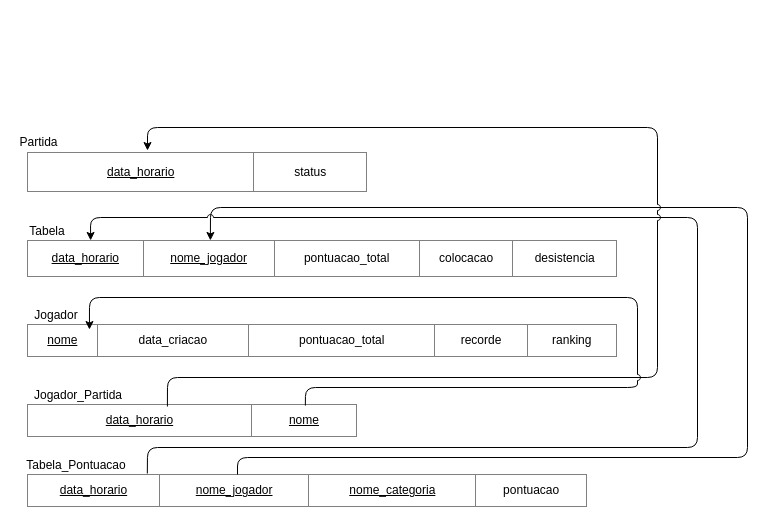
Earlier version of the draw.io diagram diagramas/diagrama_esquema_banco_de_dados.drawio (daanielmenezes/Yahtzee). Source tidied: cells renumbered, new cells numbered last; positions are measured from the earlier drawing's top-left corner, leaving out a move shared by most shapes. Both pictures are drawn from the tidied source at 100%, with x=0, y=0 at pixel (17, 127).
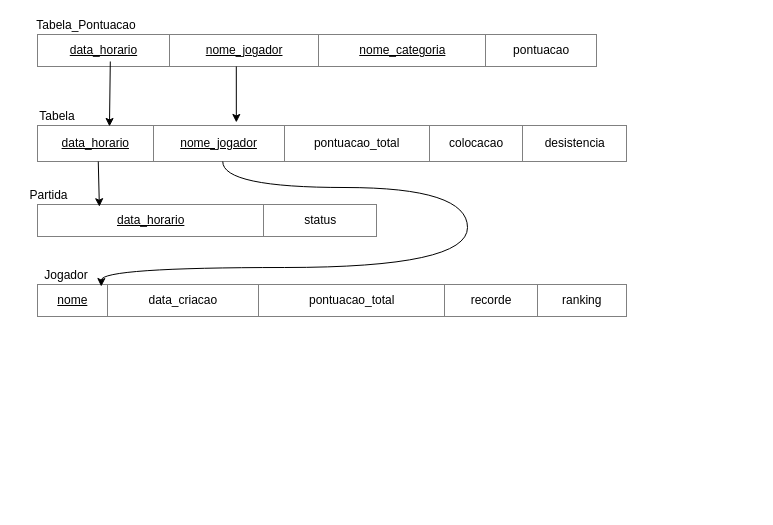
Above is the later version.

Commit message (it also covers changes not shown here):
removida relação jogador_partida

Unchanged cells that the change refers to:
```xml
<mxCell id="11" value="&lt;table border=&quot;1&quot; width=&quot;100%&quot; style=&quot;width: 100% ; height: 100% ; border-collapse: collapse&quot;&gt;&lt;tbody&gt;&lt;tr&gt;&lt;td align=&quot;center&quot;&gt;&lt;u&gt;data_horario&lt;/u&gt;&lt;/td&gt;&lt;td align=&quot;center&quot;&gt;&lt;u&gt;nome_jogador&lt;/u&gt;&lt;br&gt;&lt;/td&gt;&lt;td style=&quot;text-align: center&quot;&gt;pontuacao_total&lt;/td&gt;&lt;td style=&quot;text-align: center&quot;&gt;colocacao&lt;/td&gt;&lt;td style=&quot;text-align: center&quot;&gt;desistencia&lt;/td&gt;&lt;/tr&gt;&lt;/tbody&gt;&lt;/table&gt;" style="text;html=1;strokeColor=none;fillColor=none;overflow=fill;rounded=0;shadow=0;glass=0;comic=0;" parent="10" vertex="1">
  <mxGeometry y="18.3" width="590" height="36.7" as="geometry" />
</mxCell>
<mxCell id="14" value="&lt;table border=&quot;1&quot; width=&quot;100%&quot; style=&quot;width: 100% ; height: 100% ; border-collapse: collapse&quot; align=&quot;center&quot;&gt;&lt;tbody&gt;&lt;tr&gt;&lt;td align=&quot;center&quot;&gt;&lt;u&gt;nome&lt;/u&gt;&lt;/td&gt;&lt;td align=&quot;center&quot;&gt;data_criacao&lt;/td&gt;&lt;td align=&quot;center&quot;&gt;pontuacao_total&lt;/td&gt;&lt;td style=&quot;text-align: center&quot;&gt;recorde&lt;/td&gt;&lt;td style=&quot;text-align: center&quot;&gt;ranking&lt;/td&gt;&lt;/tr&gt;&lt;/tbody&gt;&lt;/table&gt;" style="text;html=1;strokeColor=none;fillColor=none;overflow=fill;rounded=0;shadow=0;glass=0;comic=0;" parent="13" vertex="1">
  <mxGeometry y="16.7" width="590" height="33.3" as="geometry" />
</mxCell>
<mxCell id="17" value="&lt;table border=&quot;1&quot; width=&quot;100%&quot; style=&quot;width: 100% ; height: 100% ; border-collapse: collapse&quot;&gt;&lt;tbody&gt;&lt;tr&gt;&lt;td style=&quot;text-align: center&quot;&gt;&lt;u&gt;data_horario&lt;/u&gt;&lt;/td&gt;&lt;td style=&quot;text-align: center&quot;&gt;&lt;u&gt;nome_jogador&lt;/u&gt;&lt;/td&gt;&lt;td align=&quot;center&quot;&gt;&lt;u&gt;nome_categoria&lt;/u&gt;&lt;/td&gt;&lt;td align=&quot;center&quot;&gt;pontuacao&lt;/td&gt;&lt;/tr&gt;&lt;/tbody&gt;&lt;/table&gt;" style="text;html=1;strokeColor=none;fillColor=none;overflow=fill;rounded=0;shadow=0;glass=0;comic=0;" parent="16" vertex="1">
  <mxGeometry y="16.7" width="560" height="33.3" as="geometry" />
</mxCell>
```

Change to the diagram source:
```diff
@@
     <mxCell id="2" style="group;" parent="1" vertex="1">
-      <mxGeometry x="10" y="5" width="340" height="60" as="geometry" />
+      <mxGeometry x="20" y="60" width="340" height="50" as="geometry" />
     </mxCell>
     <mxCell id="3" style="group;" parent="2" vertex="1">
-      <mxGeometry width="340" height="60" as="geometry" />
+      <mxGeometry width="340" height="50" as="geometry" />
     </mxCell>
     <mxCell id="4" value="&lt;table border=&quot;1&quot; width=&quot;100%&quot; style=&quot;width: 100% ; height: 100% ; border-collapse: collapse&quot;&gt;&lt;tbody&gt;&lt;tr&gt;&lt;td align=&quot;center&quot;&gt;&lt;span style=&quot;line-height: 120%&quot;&gt;&lt;u&gt;data_horario&lt;/u&gt;&lt;/span&gt;&lt;/td&gt;&lt;td align=&quot;center&quot;&gt;status&lt;br&gt;&lt;/td&gt;&lt;/tr&gt;&lt;/tbody&gt;&lt;/table&gt;" style="text;html=1;strokeColor=none;fillColor=none;overflow=fill;rounded=0;shadow=0;glass=0;comic=0;" parent="3" vertex="1">
-      <mxGeometry y="20" width="340" height="40" as="geometry" />
+      <mxGeometry y="16.7" width="340" height="33.3" as="geometry" />
     </mxCell>
     <mxCell id="5" value="Partida" style="text;html=1;strokeColor=none;fillColor=none;align=center;verticalAlign=middle;whiteSpace=wrap;rounded=0;" parent="3" vertex="1">
-      <mxGeometry width="23.1" height="20" as="geometry" />
+      <mxGeometry width="23.1" height="16.7" as="geometry" />
     </mxCell>
-    <mxCell id="6" style="group;" parent="1" vertex="1">
-      <mxGeometry x="10" y="260" width="330" height="50" as="geometry" />
-    </mxCell>
-    <mxCell id="7" style="group;" parent="6" vertex="1">
-      <mxGeometry width="330" height="50" as="geometry" />
-    </mxCell>
-    <mxCell id="8" value="&lt;table border=&quot;1&quot; width=&quot;100%&quot; style=&quot;width: 100% ; height: 100% ; border-collapse: collapse&quot;&gt;&lt;tbody&gt;&lt;tr&gt;&lt;td align=&quot;center&quot;&gt;&lt;span style=&quot;line-height: 120%&quot;&gt;&lt;u&gt;data_horario&lt;/u&gt;&lt;/span&gt;&lt;/td&gt;&lt;td align=&quot;center&quot;&gt;&lt;u&gt;nome&lt;/u&gt;&lt;br&gt;&lt;/td&gt;&lt;/tr&gt;&lt;/tbody&gt;&lt;/table&gt;" style="text;html=1;strokeColor=none;fillColor=none;overflow=fill;rounded=0;shadow=0;glass=0;comic=0;" parent="7" vertex="1">
-      <mxGeometry y="16.7" width="330" height="33.3" as="geometry" />
-    </mxCell>
-    <mxCell id="9" value="Jogador_Partida" style="text;html=1;strokeColor=none;fillColor=none;align=center;verticalAlign=middle;whiteSpace=wrap;rounded=0;" parent="7" vertex="1">
-      <mxGeometry x="40" width="22.4" height="16.7" as="geometry" />
-    </mxCell>
     <mxCell id="10" style="group;" parent="1" vertex="1">
-      <mxGeometry x="10" y="95" width="590" height="55" as="geometry" />
+      <mxGeometry x="20" y="-20" width="590" height="55" as="geometry" />
     </mxCell>
@@
     <mxCell id="13" style="group;" parent="1" vertex="1">
-      <mxGeometry x="10" y="180" width="590" height="50" as="geometry" />
+      <mxGeometry x="20" y="140" width="590" height="50" as="geometry" />
     </mxCell>
@@
     <mxCell id="16" style="group;" parent="1" vertex="1">
-      <mxGeometry x="10" y="330" width="560" height="50" as="geometry" />
+      <mxGeometry x="20" y="-110" width="560" height="50" as="geometry" />
     </mxCell>
@@
-    <mxCell id="19" style="endArrow=classic;html=1;exitX=0.375;exitY=0.01;exitDx=0;exitDy=0;exitPerimeter=0;entryX=0.31;entryY=-0.009;entryDx=0;entryDy=0;entryPerimeter=0;jumpStyle=arc;" parent="1" edge="1" source="17" target="11">
-      <mxGeometry relative="1" as="geometry">
-        <Array as="points">
-          <mxPoint x="220" y="330" />
-          <mxPoint x="730" y="330" />
-          <mxPoint x="730" y="80" />
-          <mxPoint x="193" y="80" />
-        </Array>
-      </mxGeometry>
-    </mxCell>
-    <mxCell id="20" style="endArrow=classic;html=1;entryX=0.107;entryY=-0.009;entryDx=0;entryDy=0;entryPerimeter=0;jumpStyle=arc;exitX=0.214;exitY=-0.02;exitDx=0;exitDy=0;exitPerimeter=0;" parent="1" edge="1" source="17" target="11">
-      <mxGeometry relative="1" as="geometry">
-        <Array as="points">
-          <mxPoint x="130" y="320" />
-          <mxPoint x="680" y="320" />
-          <mxPoint x="680" y="90" />
-          <mxPoint x="73" y="90" />
-        </Array>
-      </mxGeometry>
-    </mxCell>
-    <mxCell id="21" style="endArrow=classic;html=1;exitX=0.424;exitY=0.07;exitDx=0;exitDy=0;exitPerimeter=0;entryX=0.353;entryY=-0.05;entryDx=0;entryDy=0;entryPerimeter=0;jumpStyle=arc;" parent="1" edge="1" source="8" target="4">
-      <mxGeometry relative="1" as="geometry">
-        <Array as="points">
-          <mxPoint x="150" y="250" />
-          <mxPoint x="640" y="250" />
-          <mxPoint x="640" />
-          <mxPoint x="130" />
-        </Array>
-      </mxGeometry>
-    </mxCell>
-    <mxCell id="22" style="endArrow=classic;html=1;exitX=0.842;exitY=0.04;exitDx=0;exitDy=0;exitPerimeter=0;entryX=0.105;entryY=0.16;entryDx=0;entryDy=0;entryPerimeter=0;jumpStyle=arc;" parent="1" edge="1" source="8" target="14">
-      <mxGeometry relative="1" as="geometry">
-        <Array as="points">
-          <mxPoint x="288" y="260" />
-          <mxPoint x="620" y="260" />
-          <mxPoint x="620" y="170" />
-          <mxPoint x="72" y="170" />
-        </Array>
-      </mxGeometry>
-    </mxCell>
+    <mxCell id="23" style="endArrow=classic;html=1;entryX=0.122;entryY=0.018;entryDx=0;entryDy=0;entryPerimeter=0;exitX=0.13;exitY=0.82;exitDx=0;exitDy=0;exitPerimeter=0;" parent="1" edge="1" source="17" target="11">
+      <mxGeometry relative="1" as="geometry" />
+    </mxCell>
+    <mxCell id="24" style="endArrow=classic;html=1;exitX=0.355;exitY=0.97;exitDx=0;exitDy=0;exitPerimeter=0;entryX=0.337;entryY=-0.091;entryDx=0;entryDy=0;entryPerimeter=0;rounded=0;" parent="1" edge="1" source="17" target="11">
+      <mxGeometry relative="1" as="geometry" />
+    </mxCell>
+    <mxCell id="25" style="endArrow=classic;html=1;exitX=0.314;exitY=0.973;exitDx=0;exitDy=0;exitPerimeter=0;entryX=0.108;entryY=0.07;entryDx=0;entryDy=0;entryPerimeter=0;curved=1;" parent="1" edge="1" source="11" target="14">
+      <mxGeometry relative="1" as="geometry">
+        <Array as="points">
+          <mxPoint x="205" y="60" />
+          <mxPoint x="450" y="60" />
+          <mxPoint x="450" y="140" />
+          <mxPoint x="84" y="140" />
+        </Array>
+      </mxGeometry>
+    </mxCell>
+    <mxCell id="26" style="endArrow=classic;html=1;exitX=0.103;exitY=0.973;exitDx=0;exitDy=0;exitPerimeter=0;entryX=0.182;entryY=0.075;entryDx=0;entryDy=0;entryPerimeter=0;" parent="1" edge="1" source="11" target="4">
+      <mxGeometry relative="1" as="geometry" />
+    </mxCell>
```
